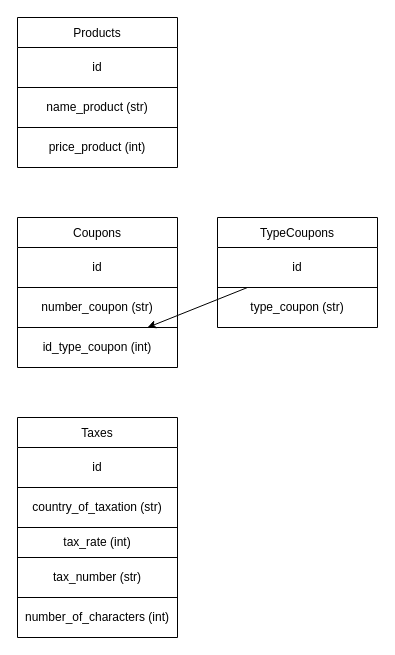
The draw.io diagram db.drawio in Ruslan-qu/candidate-test, before the edit. Source tidied: cells renumbered, new cells numbered last; positions are measured from the earlier drawing's top-left corner, leaving out a move shared by most shapes. Both pictures are drawn from the tidied source at 100%, with x=0, y=0 at pixel (17, 17).
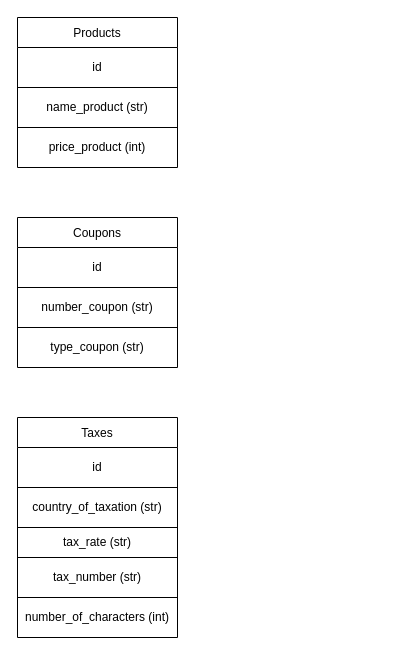
The same page after the edit.

The change refers to these unchanged cells:
```xml
<mxCell id="14" style="shape=tableRow;horizontal=0;startSize=0;swimlaneHead=0;swimlaneBody=0;top=0;left=0;bottom=0;right=0;fillColor=none;points=[[0,0.5],[1,0.5]];portConstraint=eastwest;" parent="9" vertex="1">
  <mxGeometry y="110" width="160" height="40" as="geometry" />
</mxCell>
<mxCell id="26" style="shape=tableRow;horizontal=0;startSize=0;swimlaneHead=0;swimlaneBody=0;top=0;left=0;bottom=0;right=0;fillColor=none;" parent="21" vertex="1">
  <mxGeometry y="110" width="160" height="30" as="geometry" />
</mxCell>
```

Change to the diagram source:
```diff
@@
-    <mxCell id="15" value="id_type_coupon (int)" style="shape=partialRectangle;html=1;whiteSpace=wrap;overflow=hidden;fillColor=none;top=0;left=0;bottom=0;right=0;" parent="14" vertex="1">
+    <mxCell id="15" value="type_coupon (str)" style="shape=partialRectangle;html=1;whiteSpace=wrap;overflow=hidden;fillColor=none;top=0;left=0;bottom=0;right=0;" parent="14" vertex="1">
       <mxGeometry width="160" height="40" as="geometry" />
     </mxCell>
-    <mxCell id="16" value="TypeCoupons" style="shape=table;startSize=30;childLayout=tableLayout;" parent="1" vertex="1">
-      <mxGeometry x="200" y="200" width="160" height="110" as="geometry" />
-    </mxCell>
-    <mxCell id="17" style="shape=tableRow;horizontal=0;startSize=0;swimlaneHead=0;swimlaneBody=0;top=0;left=0;bottom=0;right=0;fillColor=none;points=[[0,0.5],[1,0.5]];portConstraint=eastwest;" parent="16" vertex="1">
-      <mxGeometry y="30" width="160" height="40" as="geometry" />
-    </mxCell>
-    <mxCell id="18" value="id" style="shape=partialRectangle;html=1;whiteSpace=wrap;overflow=hidden;fillColor=none;top=0;left=0;bottom=0;right=0;" parent="17" vertex="1">
-      <mxGeometry width="160" height="40" as="geometry" />
-    </mxCell>
-    <mxCell id="19" style="shape=tableRow;horizontal=0;startSize=0;swimlaneHead=0;swimlaneBody=0;top=0;left=0;bottom=0;right=0;fillColor=none;" parent="16" vertex="1">
-      <mxGeometry y="70" width="160" height="40" as="geometry" />
-    </mxCell>
-    <mxCell id="20" value="type_coupon (str)" style="shape=partialRectangle;html=1;whiteSpace=wrap;overflow=hidden;fillColor=none;top=0;left=0;bottom=0;right=0;" parent="19" vertex="1">
-      <mxGeometry width="160" height="40" as="geometry" />
-    </mxCell>
@@
-    <mxCell id="27" value="tax_rate (int)" style="shape=partialRectangle;html=1;whiteSpace=wrap;overflow=hidden;fillColor=none;top=0;left=0;bottom=0;right=0;" parent="26" vertex="1">
+    <mxCell id="27" value="tax_rate (str)" style="shape=partialRectangle;html=1;whiteSpace=wrap;overflow=hidden;fillColor=none;top=0;left=0;bottom=0;right=0;" parent="26" vertex="1">
       <mxGeometry width="160" height="30" as="geometry" />
     </mxCell>
@@
-    <mxCell id="32" style="edgeStyle=none;html=1;" parent="1" edge="1" source="17" target="14">
-      <mxGeometry relative="1" as="geometry" />
-    </mxCell>
```
